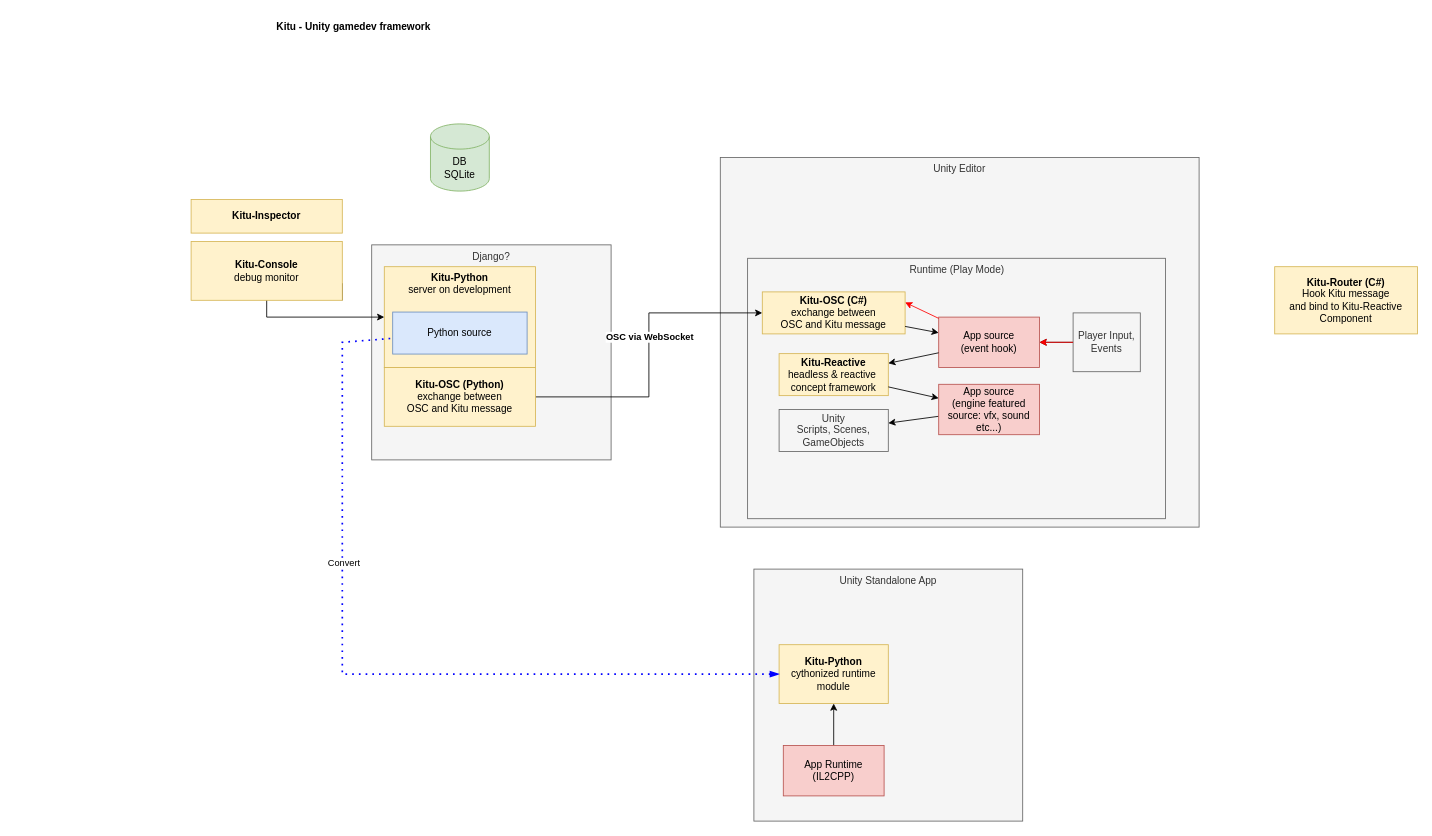
Before: doc/framework-architecture.drawio in Nagitch/Kitu, a draw.io diagram. Source tidied: cells renumbered, new cells numbered last; positions are measured from the earlier drawing's top-left corner, leaving out a move shared by most shapes. Both pictures are drawn from the tidied source at 84%, with x=0, y=0 at pixel (191, 14).
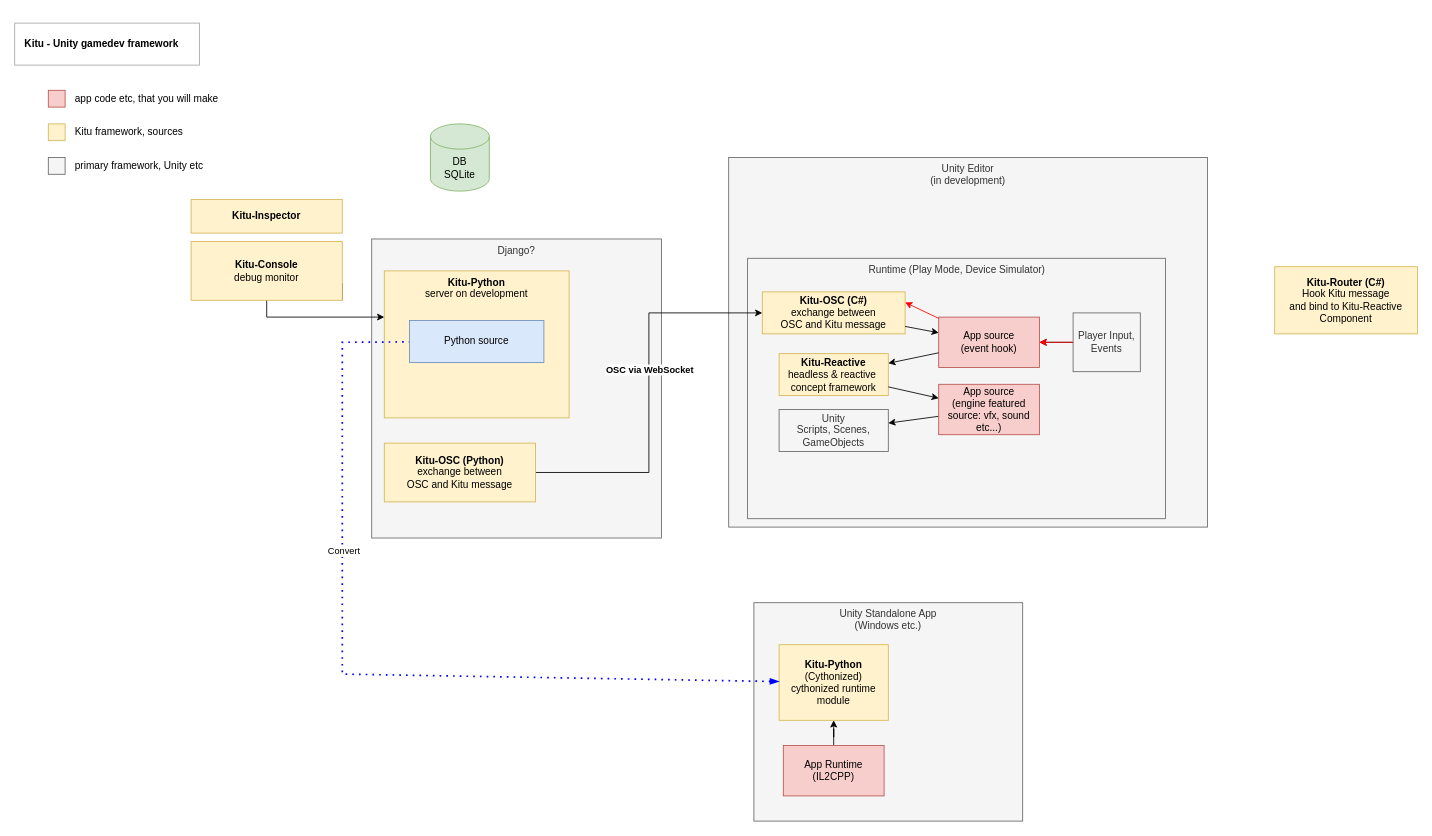
After the change.

Change to the diagram source:
```diff
@@
+    <mxCell id="35" parent="0" />
+    <mxCell id="36" style="rounded=0;whiteSpace=wrap;html=1;fillColor=none;strokeColor=#A6A6A6;" parent="35" vertex="1">
+      <mxGeometry x="-210" y="10" width="220" height="50" as="geometry" />
+    </mxCell>
+    <mxCell id="10" value="Kitu - Unity gamedev framework" style="text;html=1;strokeColor=none;fillColor=none;align=left;verticalAlign=middle;whiteSpace=wrap;rounded=0;fontStyle=1;" parent="35" vertex="1">
+      <mxGeometry x="-200" y="20" width="190" height="30" as="geometry" />
+    </mxCell>
@@
     <mxCell id="2" value="Django?" style="rounded=0;whiteSpace=wrap;html=1;fillColor=#f5f5f5;fontColor=#333333;strokeColor=#666666;verticalAlign=top;" parent="1" vertex="1">
-      <mxGeometry x="215" y="274" width="285" height="256" as="geometry" />
+      <mxGeometry x="215" y="267" width="345" height="356" as="geometry" />
     </mxCell>
-    <mxCell id="3" value="Unity Editor" style="rounded=0;whiteSpace=wrap;html=1;fillColor=#f5f5f5;fontColor=#333333;strokeColor=#666666;verticalAlign=top;" parent="1" vertex="1">
-      <mxGeometry x="630" y="170" width="570" height="440" as="geometry" />
+    <mxCell id="3" value="Unity Editor&lt;br&gt;(in development)" style="rounded=0;whiteSpace=wrap;html=1;fillColor=#f5f5f5;fontColor=#333333;strokeColor=#666666;verticalAlign=top;" parent="1" vertex="1">
+      <mxGeometry x="640" y="170" width="570" height="440" as="geometry" />
     </mxCell>
-    <mxCell id="4" value="Runtime (Play Mode)" style="rounded=0;whiteSpace=wrap;html=1;fillColor=#f5f5f5;fontColor=#333333;strokeColor=#666666;verticalAlign=top;" parent="1" vertex="1">
+    <mxCell id="4" value="Runtime (Play Mode, Device Simulator)" style="rounded=0;whiteSpace=wrap;html=1;fillColor=#f5f5f5;fontColor=#333333;strokeColor=#666666;verticalAlign=top;" parent="1" vertex="1">
       <mxGeometry x="662.5" y="290" width="497.5" height="310" as="geometry" />
     </mxCell>
     <mxCell id="5" value="&lt;b&gt;Kitu-Python&lt;/b&gt;&lt;br&gt;server on development" style="rounded=0;whiteSpace=wrap;html=1;fillColor=#fff2cc;strokeColor=#d6b656;verticalAlign=top;" parent="1" vertex="1">
-      <mxGeometry x="230" y="300" width="180" height="120" as="geometry" />
+      <mxGeometry x="230" y="305" width="220" height="175" as="geometry" />
     </mxCell>
@@
-    <mxCell id="10" value="Kitu - Unity gamedev framework" style="text;html=1;strokeColor=none;fillColor=none;align=left;verticalAlign=middle;whiteSpace=wrap;rounded=0;fontStyle=1;" parent="1" vertex="1">
-      <mxGeometry x="100" width="190" height="30" as="geometry" />
-    </mxCell>
@@
     <mxCell id="15" value="Kitu-OSC (Python)&lt;br&gt;&lt;span style=&quot;font-weight: normal;&quot;&gt;exchange between&lt;br&gt;OSC and Kitu message&lt;/span&gt;" style="rounded=0;whiteSpace=wrap;html=1;fillColor=#fff2cc;strokeColor=#d6b656;fontStyle=1;" parent="1" vertex="1">
-      <mxGeometry x="230" y="420" width="180" height="70" as="geometry" />
+      <mxGeometry x="230" y="510" width="180" height="70" as="geometry" />
     </mxCell>
@@
-    <mxCell id="18" value="Unity Standalone App" style="rounded=0;whiteSpace=wrap;html=1;fillColor=#f5f5f5;fontColor=#333333;strokeColor=#666666;verticalAlign=top;" parent="1" vertex="1">
-      <mxGeometry x="670" y="660" width="320" height="300" as="geometry" />
+    <mxCell id="18" value="Unity Standalone App&lt;br&gt;(Windows etc.)" style="rounded=0;whiteSpace=wrap;html=1;fillColor=#f5f5f5;fontColor=#333333;strokeColor=#666666;verticalAlign=top;" parent="1" vertex="1">
+      <mxGeometry x="670" y="700" width="320" height="260" as="geometry" />
     </mxCell>
@@
-    <mxCell id="20" value="&lt;b&gt;Kitu-Python &lt;/b&gt;&lt;br&gt;cythonized runtime module" style="rounded=0;whiteSpace=wrap;html=1;fillColor=#fff2cc;strokeColor=#d6b656;" parent="1" vertex="1">
-      <mxGeometry x="700" y="750" width="130" height="70" as="geometry" />
+    <mxCell id="20" value="&lt;b&gt;Kitu-Python &lt;/b&gt;&lt;br&gt;(Cythonized)&lt;br&gt;cythonized runtime module" style="rounded=0;whiteSpace=wrap;html=1;fillColor=#fff2cc;strokeColor=#d6b656;" parent="1" vertex="1">
+      <mxGeometry x="700" y="750" width="130" height="90" as="geometry" />
     </mxCell>
@@
     <mxCell id="23" value="Python source" style="rounded=0;whiteSpace=wrap;html=1;fillColor=#dae8fc;strokeColor=#6c8ebf;" parent="1" vertex="1">
-      <mxGeometry x="240" y="354" width="160" height="50" as="geometry" />
+      <mxGeometry x="260" y="364" width="160" height="50" as="geometry" />
     </mxCell>
@@
+    <mxCell id="37" style="rounded=0;whiteSpace=wrap;html=1;fillColor=#f5f5f5;fontColor=#333333;strokeColor=#666666;verticalAlign=top;" parent="1" vertex="1">
+      <mxGeometry x="-170" y="170" width="20" height="20" as="geometry" />
+    </mxCell>
+    <mxCell id="38" style="rounded=0;whiteSpace=wrap;html=1;fillColor=#fff2cc;strokeColor=#d6b656;verticalAlign=top;" parent="1" vertex="1">
+      <mxGeometry x="-170" y="130" width="20" height="20" as="geometry" />
+    </mxCell>
+    <mxCell id="39" style="rounded=0;whiteSpace=wrap;html=1;fillColor=#f8cecc;strokeColor=#b85450;" parent="1" vertex="1">
+      <mxGeometry x="-170" y="90" width="20" height="20" as="geometry" />
+    </mxCell>
+    <mxCell id="40" value="primary framework, Unity etc" style="text;html=1;strokeColor=none;fillColor=none;align=left;verticalAlign=middle;rounded=0;" parent="1" vertex="1">
+      <mxGeometry x="-140" y="165" width="190" height="30" as="geometry" />
+    </mxCell>
+    <mxCell id="41" value="Kitu framework, sources" style="text;html=1;strokeColor=none;fillColor=none;align=left;verticalAlign=middle;rounded=0;" parent="1" vertex="1">
+      <mxGeometry x="-140" y="125" width="190" height="30" as="geometry" />
+    </mxCell>
+    <mxCell id="42" value="app code etc, that you will make" style="text;html=1;strokeColor=none;fillColor=none;align=left;verticalAlign=middle;rounded=0;" parent="1" vertex="1">
+      <mxGeometry x="-140" y="85" width="260" height="30" as="geometry" />
+    </mxCell>
```
